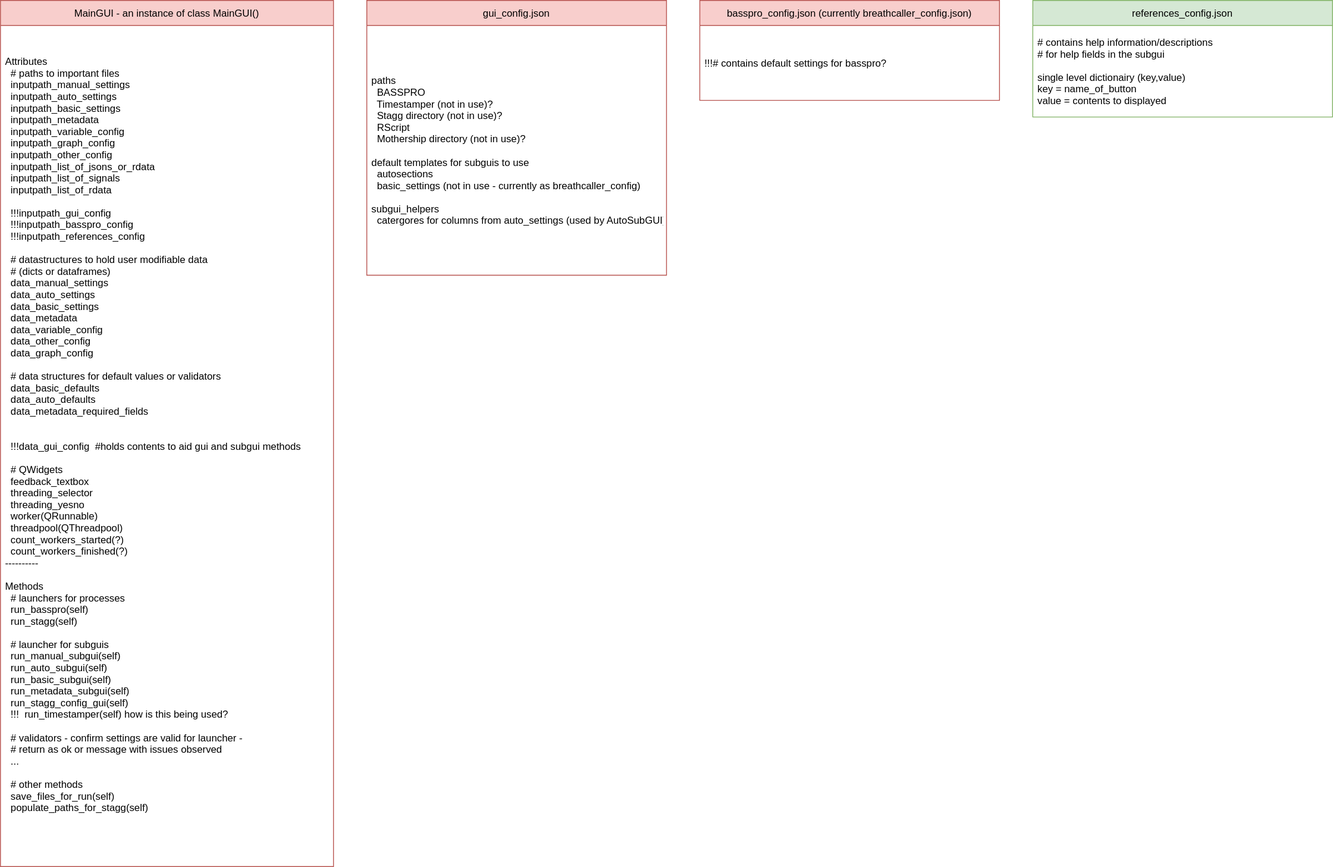
MolecularNeurobiology/Breathe_Easy keeps this draw.io diagram as Untitled Diagram.drawio.svg. Above is the earlier version. Source tidied: cells renumbered, new cells last; positions are measured from the earlier drawing's top-left corner, leaving out a move shared by most shapes.
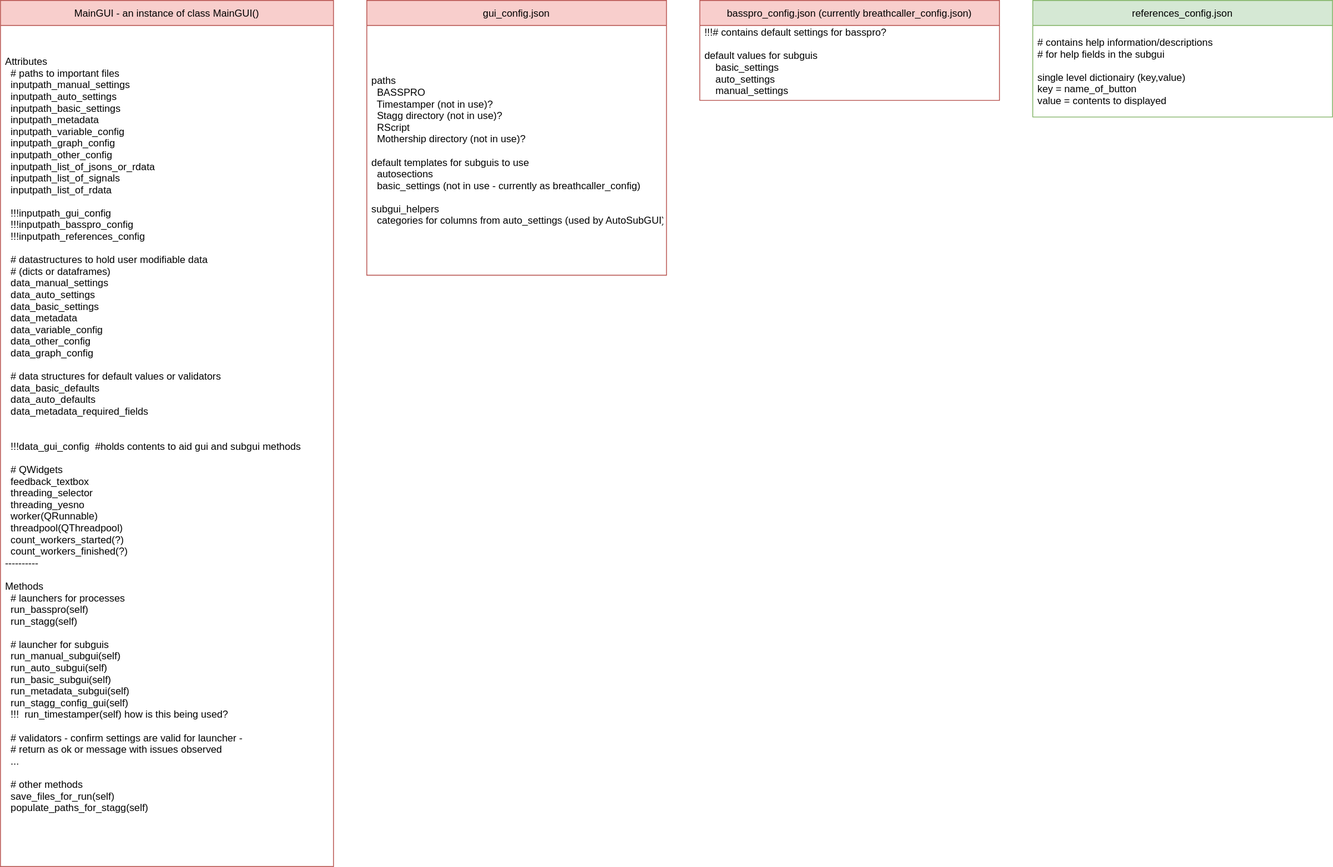
After the change.

Diff of the diagram source:
```diff
@@ -11,7 +11,7 @@
     <mxCell id="4" value="gui_config.json" style="swimlane;fontStyle=0;horizontal=1;startSize=30;fillColor=#f8cecc;strokeColor=#b85450;" parent="1" vertex="1">
       <mxGeometry x="440" width="360" height="330" as="geometry" />
     </mxCell>
-    <mxCell id="5" value="paths&#10;  BASSPRO&#10;  Timestamper (not in use)?&#10;  Stagg directory (not in use)?&#10;  RScript&#10;  Mothership directory (not in use)?&#10;&#10;default templates for subguis to use&#10;  autosections&#10;  basic_settings (not in use - currently as breathcaller_config)&#10;&#10;subgui_helpers&#10;  catergores for columns from auto_settings (used by AutoSubGUI)" style="text;strokeColor=none;fillColor=none;align=left;verticalAlign=middle;spacingLeft=4;spacingRight=4;overflow=hidden;" parent="4" vertex="1">
+    <mxCell id="5" value="paths&#10;  BASSPRO&#10;  Timestamper (not in use)?&#10;  Stagg directory (not in use)?&#10;  RScript&#10;  Mothership directory (not in use)?&#10;&#10;default templates for subguis to use&#10;  autosections&#10;  basic_settings (not in use - currently as breathcaller_config)&#10;&#10;subgui_helpers&#10;  categories for columns from auto_settings (used by AutoSubGUI)" style="text;strokeColor=none;fillColor=none;align=left;verticalAlign=middle;spacingLeft=4;spacingRight=4;overflow=hidden;" parent="4" vertex="1">
       <mxGeometry y="30" width="360" height="300" as="geometry" />
     </mxCell>
     <mxCell id="6" value="references_config.json" style="swimlane;fontStyle=0;horizontal=1;startSize=30;fillColor=#d5e8d4;strokeColor=#82b366;" parent="1" vertex="1">
@@ -23,7 +23,7 @@
     <mxCell id="8" value="basspro_config.json (currently breathcaller_config.json)" style="swimlane;fontStyle=0;horizontal=1;startSize=30;fillColor=#f8cecc;strokeColor=#b85450;" parent="1" vertex="1">
       <mxGeometry x="840" width="360" height="120" as="geometry" />
     </mxCell>
-    <mxCell id="9" value="!!!# contains default settings for basspro?" style="text;strokeColor=none;fillColor=none;align=left;verticalAlign=middle;spacingLeft=4;spacingRight=4;overflow=hidden;" parent="8" vertex="1">
+    <mxCell id="9" value="!!!# contains default settings for basspro?&#10;&#10;default values for subguis&#10;    basic_settings&#10;    auto_settings&#10;    manual_settings&#10;&#10;values of the last run for subguis&#10;    basic_settings&#10;    auto_settings&#10;    manual_settings&#10;&#10;" style="text;strokeColor=none;fillColor=none;align=left;verticalAlign=middle;spacingLeft=4;spacingRight=4;overflow=hidden;" parent="8" vertex="1">
       <mxGeometry y="30" width="360" height="90" as="geometry" />
     </mxCell>
   </root>
```
